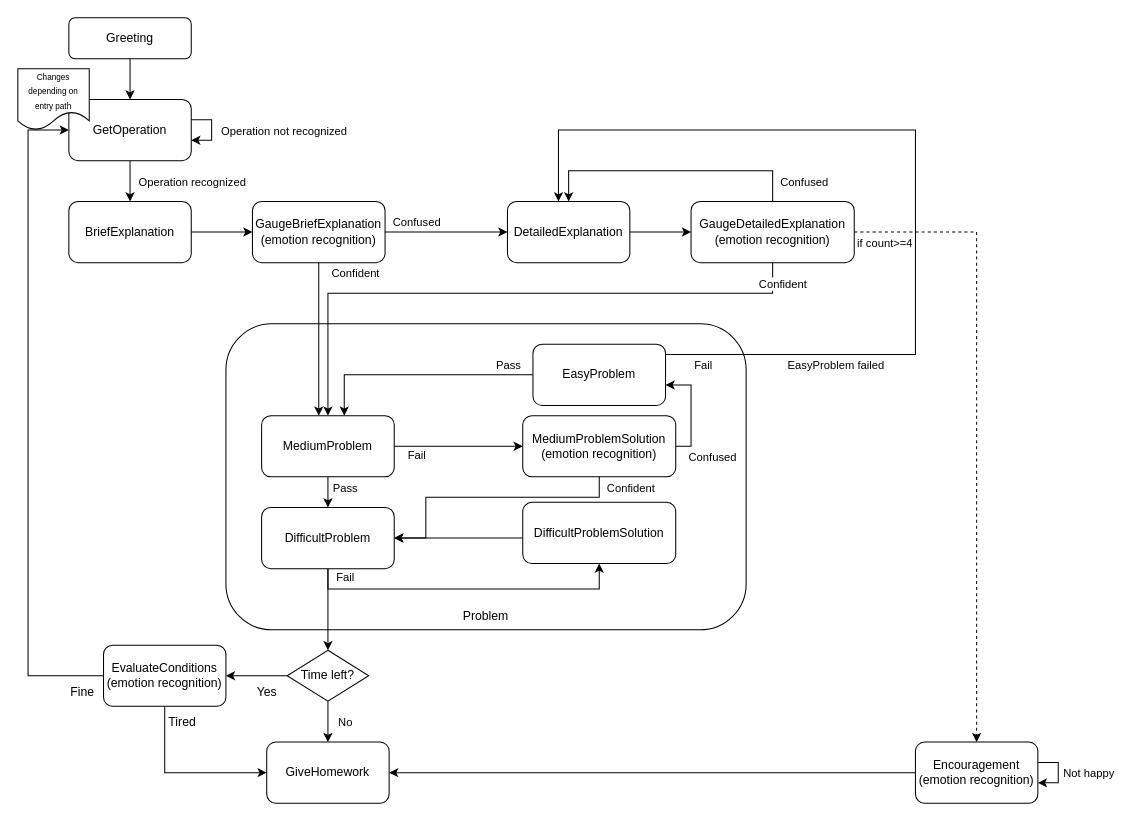
Before: math-bot_flowchart.drawio in Duico/Conv_agents_proj_grp_12, a draw.io diagram. Source tidied: cells renumbered, new cells numbered last; positions are measured from the earlier drawing's top-left corner, leaving out a move shared by most shapes. Both pictures are drawn from the tidied source at 102%, with x=0, y=0 at pixel (17, 17).
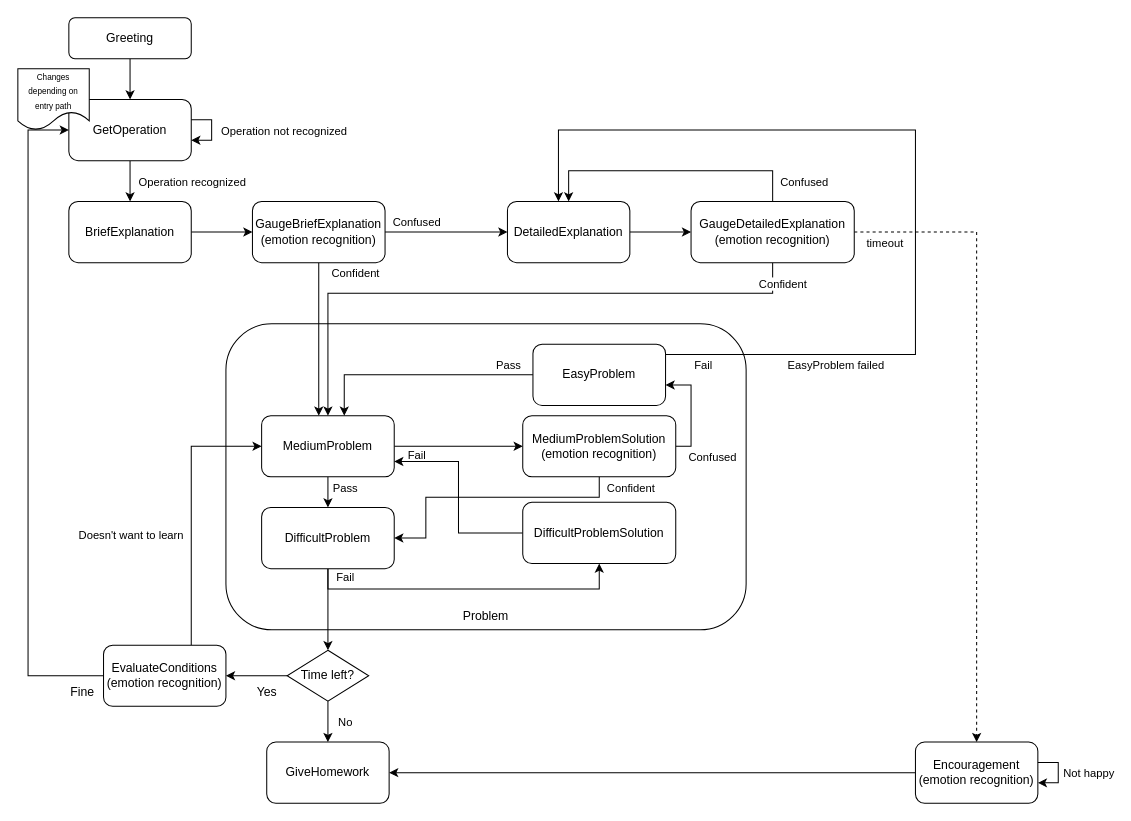
Above is the later version.

The change refers to these unchanged cells:
```xml
<mxCell id="23" value="MediumProblem" style="whiteSpace=wrap;html=1;rounded=1;shadow=0;strokeWidth=1;glass=0;" parent="1" vertex="1">
  <mxGeometry x="239" y="390" width="130" height="60" as="geometry" />
</mxCell>
<mxCell id="28" style="edgeStyle=orthogonalEdgeStyle;rounded=0;jettySize=auto;html=1;dashed=1;" parent="1" edge="1" source="30" target="56">
  <mxGeometry relative="1" as="geometry" />
</mxCell>
<mxCell id="40" value="DifficultProblem" style="whiteSpace=wrap;html=1;rounded=1;shadow=0;strokeWidth=1;glass=0;" parent="1" vertex="1">
  <mxGeometry x="239" y="480" width="130" height="60" as="geometry" />
</mxCell>
<mxCell id="47" value="DifficultProblemSolution" style="whiteSpace=wrap;html=1;rounded=1;shadow=0;strokeWidth=1;glass=0;" parent="1" vertex="1">
  <mxGeometry x="495" y="475" width="150" height="60" as="geometry" />
</mxCell>
<mxCell id="54" value="GiveHomework" style="whiteSpace=wrap;html=1;rounded=1;" parent="1" vertex="1">
  <mxGeometry x="244" y="710" width="120" height="60" as="geometry" />
</mxCell>
<mxCell id="63" value="EvaluateConditions (emotion recognition)" style="whiteSpace=wrap;html=1;rounded=1;" parent="1" vertex="1">
  <mxGeometry x="84" y="615" width="120" height="60" as="geometry" />
</mxCell>
```

The edit, as a diff of the source:
```diff
@@
-    <mxCell id="29" value="if count&amp;gt;=4" style="edgeLabel;html=1;align=center;verticalAlign=middle;" parent="28" vertex="1">
+    <mxCell id="29" value="timeout" style="edgeLabel;html=1;align=center;verticalAlign=middle;" parent="28" vertex="1">
       <mxGeometry x="-0.97" relative="1" as="geometry">
         <mxPoint x="20" y="10" as="offset" />
       </mxGeometry>
     </mxCell>
@@
-    <mxCell id="46" style="edgeStyle=orthogonalEdgeStyle;rounded=0;jettySize=auto;html=1;" parent="1" edge="1" source="47" target="40">
-      <mxGeometry relative="1" as="geometry">
-        <Array as="points">
-          <mxPoint x="480" y="510" />
-          <mxPoint x="480" y="510" />
-        </Array>
-      </mxGeometry>
-    </mxCell>
+    <mxCell id="64" style="edgeStyle=orthogonalEdgeStyle;rounded=0;jettySize=auto;html=1;exitX=0;exitY=0.5;exitDx=0;exitDy=0;entryX=1;entryY=0.75;entryDx=0;entryDy=0;" parent="1" edge="1" source="47" target="23">
+      <mxGeometry relative="1" as="geometry" />
+    </mxCell>
@@
-    <mxCell id="61" style="edgeStyle=orthogonalEdgeStyle;rounded=0;jettySize=auto;html=1;fontSize=12;" parent="1" edge="1" source="63" target="54">
-      <mxGeometry relative="1" as="geometry">
-        <Array as="points">
-          <mxPoint x="144" y="740" />
-        </Array>
-      </mxGeometry>
-    </mxCell>
-    <mxCell id="62" value="Tired" style="edgeLabel;html=1;align=center;verticalAlign=middle;fontSize=12;" parent="61" vertex="1">
-      <mxGeometry x="0.62" relative="1" as="geometry">
-        <mxPoint x="-53" y="-50" as="offset" />
-      </mxGeometry>
-    </mxCell>
+    <mxCell id="65" style="edgeStyle=orthogonalEdgeStyle;rounded=0;jettySize=auto;html=1;entryX=0;entryY=0.5;entryDx=0;entryDy=0;" parent="1" edge="1" source="63" target="23">
+      <mxGeometry relative="1" as="geometry">
+        <Array as="points">
+          <mxPoint x="170" y="420" />
+        </Array>
+      </mxGeometry>
+    </mxCell>
+    <mxCell id="66" value="Doesn't want to learn" style="edgeLabel;html=1;align=center;verticalAlign=middle;" parent="65" vertex="1">
+      <mxGeometry x="0.14" y="2" relative="1" as="geometry">
+        <mxPoint x="-58" y="41" as="offset" />
+      </mxGeometry>
+    </mxCell>
```
